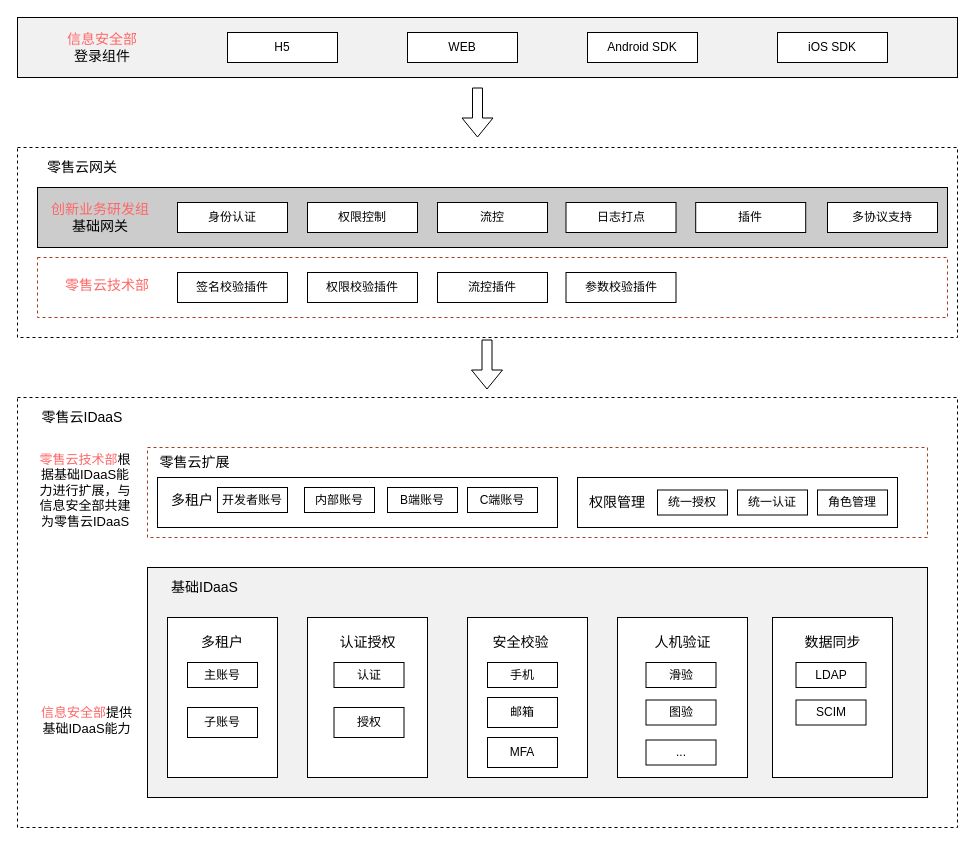
The draw.io diagram 零售云IDaaS.drawio in greenabyss/image, before the edit. Source tidied: cells renumbered, new cells numbered last; positions are measured from the earlier drawing's top-left corner, leaving out a move shared by most shapes. Both pictures are drawn from the tidied source at 100%, with x=0, y=0 at pixel (17, 17).
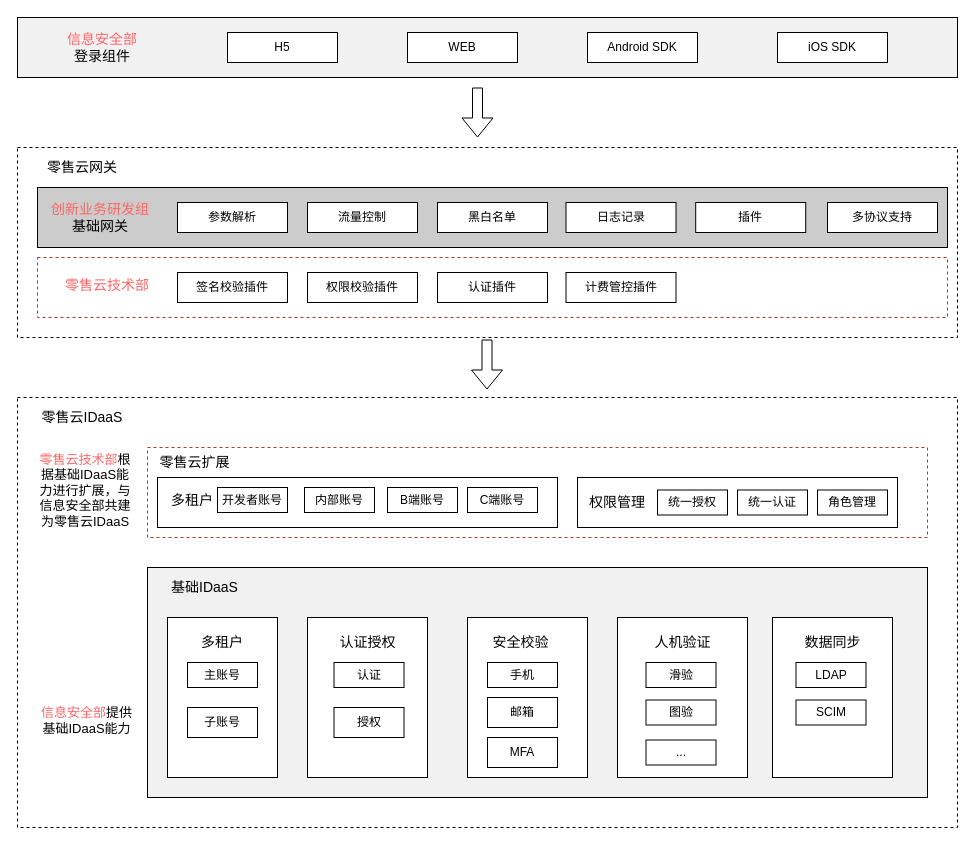
The same page after the edit.

Commit message:
更新零售云IDaaS.drawio

The edit, as a diff of the source:
```diff
@@
-    <mxCell id="52" value="身份认证" style="rounded=0;whiteSpace=wrap;html=1;fillColor=#FFFFFF;" parent="1" vertex="1">
+    <mxCell id="52" value="参数解析" style="rounded=0;whiteSpace=wrap;html=1;fillColor=#FFFFFF;" parent="1" vertex="1">
       <mxGeometry x="160" y="185" width="110" height="30" as="geometry" />
     </mxCell>
-    <mxCell id="53" value="权限控制" style="rounded=0;whiteSpace=wrap;html=1;fillColor=#FFFFFF;" parent="1" vertex="1">
+    <mxCell id="53" value="流量控制" style="rounded=0;whiteSpace=wrap;html=1;fillColor=#FFFFFF;" parent="1" vertex="1">
       <mxGeometry x="290" y="185" width="110" height="30" as="geometry" />
     </mxCell>
-    <mxCell id="54" value="流控" style="rounded=0;whiteSpace=wrap;html=1;fillColor=#FFFFFF;" parent="1" vertex="1">
+    <mxCell id="54" value="黑白名单" style="rounded=0;whiteSpace=wrap;html=1;fillColor=#FFFFFF;" parent="1" vertex="1">
       <mxGeometry x="420" y="185" width="110" height="30" as="geometry" />
     </mxCell>
-    <mxCell id="55" value="日志打点" style="rounded=0;whiteSpace=wrap;html=1;fillColor=#FFFFFF;" parent="1" vertex="1">
+    <mxCell id="55" value="日志记录" style="rounded=0;whiteSpace=wrap;html=1;fillColor=#FFFFFF;" parent="1" vertex="1">
       <mxGeometry x="548.5" y="185" width="110" height="30" as="geometry" />
     </mxCell>
@@
-    <mxCell id="62" value="流控插件" style="rounded=0;whiteSpace=wrap;html=1;" parent="1" vertex="1">
+    <mxCell id="62" value="认证插件" style="rounded=0;whiteSpace=wrap;html=1;" parent="1" vertex="1">
       <mxGeometry x="420" y="255" width="110" height="30" as="geometry" />
     </mxCell>
-    <mxCell id="63" value="参数校验插件" style="rounded=0;whiteSpace=wrap;html=1;" parent="1" vertex="1">
+    <mxCell id="63" value="计费管控插件" style="rounded=0;whiteSpace=wrap;html=1;" parent="1" vertex="1">
       <mxGeometry x="548.5" y="255" width="110" height="30" as="geometry" />
     </mxCell>
```
